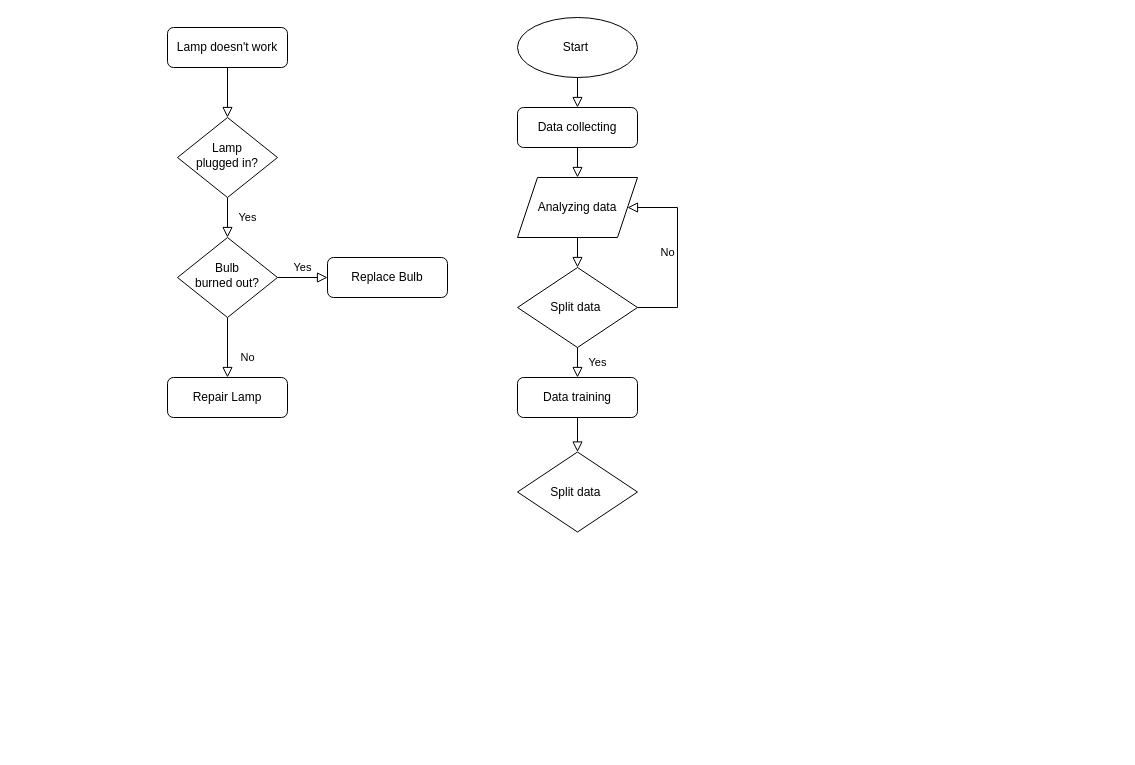
This is Untitled Diagram.drawio from ChengXW000/ChengXW000, a draw.io file, before an edit. Source tidied: cells renumbered, new cells numbered last; positions are measured from the earlier drawing's top-left corner, leaving out a move shared by most shapes. Both pictures are drawn from the tidied source at 100%, with x=0, y=0 at pixel (167, 17).
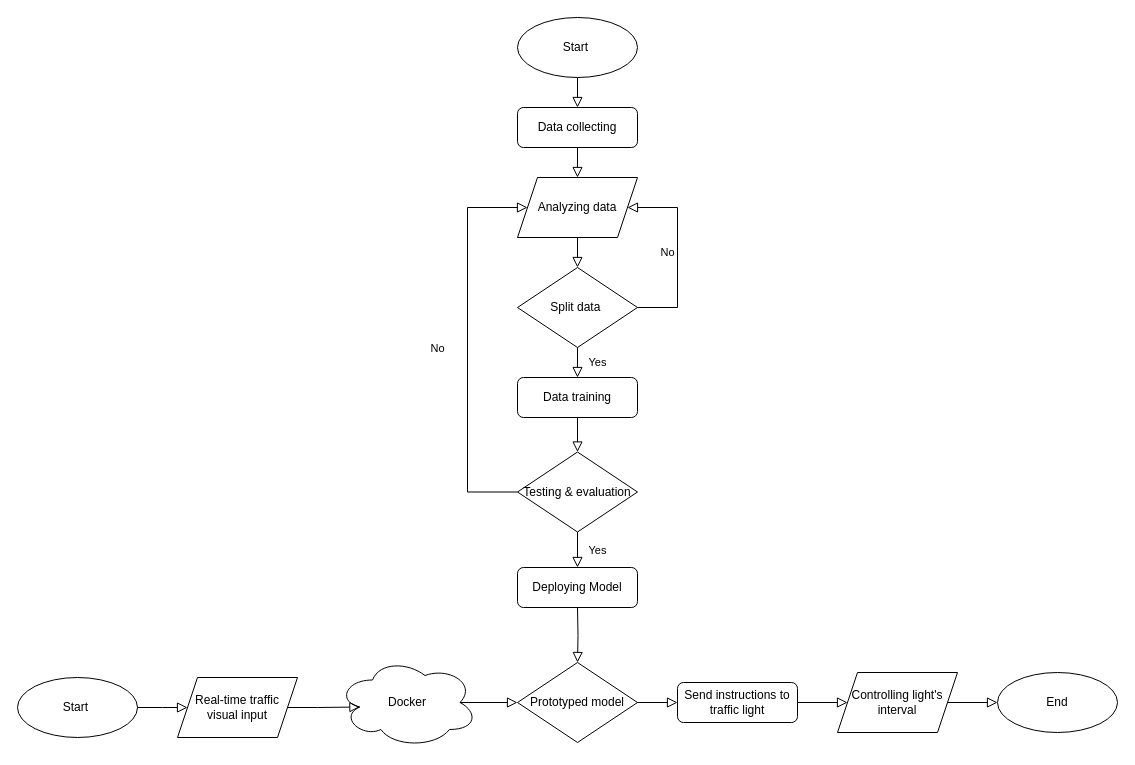
Above is the later version.

Unchanged cells that the change refers to:
```xml
<mxCell id="15" value="Analyzing data" style="shape=parallelogram;perimeter=parallelogramPerimeter;whiteSpace=wrap;html=1;fixedSize=1;" parent="1" vertex="1">
  <mxGeometry x="350" y="160" width="120" height="60" as="geometry" />
</mxCell>
```

Change to the diagram source:
```diff
@@
-    <mxCell id="2" style="rounded=0;html=1;jettySize=auto;fontSize=11;endArrow=block;endFill=0;endSize=8;strokeWidth=1;shadow=0;labelBackgroundColor=none;edgeStyle=orthogonalEdgeStyle;" parent="1" edge="1" source="3" target="6">
-      <mxGeometry relative="1" as="geometry" />
-    </mxCell>
-    <mxCell id="3" value="Lamp doesn't work" style="rounded=1;whiteSpace=wrap;html=1;fontSize=12;glass=0;strokeWidth=1;shadow=0;" parent="1" vertex="1">
-      <mxGeometry y="10" width="120" height="40" as="geometry" />
-    </mxCell>
-    <mxCell id="4" value="Yes" style="rounded=0;html=1;jettySize=auto;fontSize=11;endArrow=block;endFill=0;endSize=8;strokeWidth=1;shadow=0;labelBackgroundColor=none;edgeStyle=orthogonalEdgeStyle;" parent="1" edge="1" source="6" target="10">
-      <mxGeometry y="20" relative="1" as="geometry" />
-    </mxCell>
@@
-    <mxCell id="6" value="Lamp&lt;br&gt;plugged in?" style="rhombus;whiteSpace=wrap;html=1;shadow=0;fontFamily=Helvetica;fontSize=12;align=center;strokeWidth=1;spacing=6;spacingTop=-4;" parent="1" vertex="1">
-      <mxGeometry x="10" y="100" width="100" height="80" as="geometry" />
-    </mxCell>
@@
-    <mxCell id="8" value="No" style="rounded=0;html=1;jettySize=auto;fontSize=11;endArrow=block;endFill=0;endSize=8;strokeWidth=1;shadow=0;labelBackgroundColor=none;edgeStyle=orthogonalEdgeStyle;" parent="1" edge="1" source="10" target="11">
-      <mxGeometry x="0.33" y="20" relative="1" as="geometry" />
-    </mxCell>
-    <mxCell id="9" value="Yes" style="edgeStyle=orthogonalEdgeStyle;rounded=0;html=1;jettySize=auto;fontSize=11;endArrow=block;endFill=0;endSize=8;strokeWidth=1;shadow=0;labelBackgroundColor=none;" parent="1" edge="1" source="10" target="12">
-      <mxGeometry y="10" relative="1" as="geometry" />
-    </mxCell>
-    <mxCell id="10" value="Bulb&lt;br&gt;burned out?" style="rhombus;whiteSpace=wrap;html=1;shadow=0;fontFamily=Helvetica;fontSize=12;align=center;strokeWidth=1;spacing=6;spacingTop=-4;" parent="1" vertex="1">
-      <mxGeometry x="10" y="220" width="100" height="80" as="geometry" />
-    </mxCell>
-    <mxCell id="11" value="Repair Lamp" style="rounded=1;whiteSpace=wrap;html=1;fontSize=12;glass=0;strokeWidth=1;shadow=0;" parent="1" vertex="1">
-      <mxGeometry y="360" width="120" height="40" as="geometry" />
-    </mxCell>
-    <mxCell id="12" value="Replace Bulb" style="rounded=1;whiteSpace=wrap;html=1;fontSize=12;glass=0;strokeWidth=1;shadow=0;" parent="1" vertex="1">
-      <mxGeometry x="160" y="240" width="120" height="40" as="geometry" />
-    </mxCell>
@@
-    <mxCell id="21" value="Split data&amp;nbsp;" style="rhombus;whiteSpace=wrap;html=1;" parent="1" vertex="1">
+    <mxCell id="21" value="Testing &amp;amp; evaluation" style="rhombus;whiteSpace=wrap;html=1;" parent="1" vertex="1">
       <mxGeometry x="350" y="434.5" width="120" height="80" as="geometry" />
     </mxCell>
@@
+    <mxCell id="8" value="No" style="rounded=0;html=1;jettySize=auto;fontSize=11;endArrow=block;endFill=0;endSize=8;strokeWidth=1;shadow=0;labelBackgroundColor=none;edgeStyle=orthogonalEdgeStyle;exitX=0;exitY=0.5;exitDx=0;exitDy=0;entryX=0;entryY=0.5;entryDx=0;entryDy=0;" parent="1" edge="1" source="21" target="15">
+      <mxGeometry x="-0.01" y="30" relative="1" as="geometry">
+        <Array as="points">
+          <mxPoint x="300" y="475" />
+          <mxPoint x="300" y="190" />
+        </Array>
+        <mxPoint y="1" as="offset" />
+      </mxGeometry>
+    </mxCell>
+    <mxCell id="23" value="Yes" style="rounded=0;html=1;jettySize=auto;fontSize=11;endArrow=block;endFill=0;endSize=8;strokeWidth=1;shadow=0;labelBackgroundColor=none;edgeStyle=orthogonalEdgeStyle;exitX=0.5;exitY=1;exitDx=0;exitDy=0;entryX=0.5;entryY=0;entryDx=0;entryDy=0;" parent="1" edge="1" source="21" target="24">
+      <mxGeometry y="20" relative="1" as="geometry" />
+    </mxCell>
+    <mxCell id="24" value="Deploying Model" style="rounded=1;whiteSpace=wrap;html=1;fontSize=12;glass=0;strokeWidth=1;shadow=0;" parent="1" vertex="1">
+      <mxGeometry x="350" y="550" width="120" height="40" as="geometry" />
+    </mxCell>
+    <mxCell id="25" value="Start&amp;nbsp;" style="ellipse;whiteSpace=wrap;html=1;" parent="1" vertex="1">
+      <mxGeometry x="-150" y="660" width="120" height="60" as="geometry" />
+    </mxCell>
+    <mxCell id="26" value="Docker" style="ellipse;shape=cloud;whiteSpace=wrap;html=1;" parent="1" vertex="1">
+      <mxGeometry x="170" y="640" width="140" height="90" as="geometry" />
+    </mxCell>
+    <mxCell id="27" value="Real-time traffic &lt;br&gt;visual input" style="shape=parallelogram;perimeter=parallelogramPerimeter;whiteSpace=wrap;html=1;fixedSize=1;" parent="1" vertex="1">
+      <mxGeometry x="10" y="660" width="120" height="60" as="geometry" />
+    </mxCell>
+    <mxCell id="28" value="Prototyped model" style="rhombus;whiteSpace=wrap;html=1;" parent="1" vertex="1">
+      <mxGeometry x="350" y="645" width="120" height="80" as="geometry" />
+    </mxCell>
+    <mxCell id="29" style="rounded=0;html=1;jettySize=auto;fontSize=11;endArrow=block;endFill=0;endSize=8;strokeWidth=1;shadow=0;labelBackgroundColor=none;edgeStyle=orthogonalEdgeStyle;entryX=0.5;entryY=0;entryDx=0;entryDy=0;" parent="1" edge="1" target="28">
+      <mxGeometry relative="1" as="geometry">
+        <mxPoint x="410" y="590" as="sourcePoint" />
+      </mxGeometry>
+    </mxCell>
+    <mxCell id="30" value="Send instructions to&lt;br&gt;traffic light" style="rounded=1;whiteSpace=wrap;html=1;fontSize=12;glass=0;strokeWidth=1;shadow=0;" parent="1" vertex="1">
+      <mxGeometry x="510" y="665" width="120" height="40" as="geometry" />
+    </mxCell>
+    <mxCell id="31" value="Controlling light's interval" style="shape=parallelogram;perimeter=parallelogramPerimeter;whiteSpace=wrap;html=1;fixedSize=1;" parent="1" vertex="1">
+      <mxGeometry x="670" y="655" width="120" height="60" as="geometry" />
+    </mxCell>
+    <mxCell id="32" value="End" style="ellipse;whiteSpace=wrap;html=1;" parent="1" vertex="1">
+      <mxGeometry x="830" y="655" width="120" height="60" as="geometry" />
+    </mxCell>
+    <mxCell id="33" style="rounded=0;html=1;jettySize=auto;fontSize=11;endArrow=block;endFill=0;endSize=8;strokeWidth=1;shadow=0;labelBackgroundColor=none;edgeStyle=orthogonalEdgeStyle;exitX=1;exitY=0.5;exitDx=0;exitDy=0;" parent="1" edge="1" source="25">
+      <mxGeometry relative="1" as="geometry">
+        <mxPoint x="20" y="690" as="targetPoint" />
+      </mxGeometry>
+    </mxCell>
+    <mxCell id="34" style="rounded=0;html=1;jettySize=auto;fontSize=11;endArrow=block;endFill=0;endSize=8;strokeWidth=1;shadow=0;labelBackgroundColor=none;edgeStyle=orthogonalEdgeStyle;exitX=1;exitY=0.5;exitDx=0;exitDy=0;entryX=0.16;entryY=0.55;entryDx=0;entryDy=0;entryPerimeter=0;" parent="1" edge="1" source="27" target="26">
+      <mxGeometry relative="1" as="geometry" />
+    </mxCell>
+    <mxCell id="35" style="rounded=0;html=1;jettySize=auto;fontSize=11;endArrow=block;endFill=0;endSize=8;strokeWidth=1;shadow=0;labelBackgroundColor=none;edgeStyle=orthogonalEdgeStyle;exitX=0.875;exitY=0.5;exitDx=0;exitDy=0;entryX=0;entryY=0.5;entryDx=0;entryDy=0;exitPerimeter=0;" parent="1" edge="1" source="26" target="28">
+      <mxGeometry relative="1" as="geometry" />
+    </mxCell>
+    <mxCell id="36" style="rounded=0;html=1;jettySize=auto;fontSize=11;endArrow=block;endFill=0;endSize=8;strokeWidth=1;shadow=0;labelBackgroundColor=none;edgeStyle=orthogonalEdgeStyle;exitX=1;exitY=0.5;exitDx=0;exitDy=0;entryX=0;entryY=0.5;entryDx=0;entryDy=0;" parent="1" edge="1" source="28" target="30">
+      <mxGeometry relative="1" as="geometry" />
+    </mxCell>
+    <mxCell id="37" style="rounded=0;html=1;jettySize=auto;fontSize=11;endArrow=block;endFill=0;endSize=8;strokeWidth=1;shadow=0;labelBackgroundColor=none;edgeStyle=orthogonalEdgeStyle;exitX=1;exitY=0.5;exitDx=0;exitDy=0;entryX=0;entryY=0.5;entryDx=0;entryDy=0;" parent="1" edge="1" source="30" target="31">
+      <mxGeometry relative="1" as="geometry" />
+    </mxCell>
+    <mxCell id="38" style="rounded=0;html=1;jettySize=auto;fontSize=11;endArrow=block;endFill=0;endSize=8;strokeWidth=1;shadow=0;labelBackgroundColor=none;edgeStyle=orthogonalEdgeStyle;exitX=1;exitY=0.5;exitDx=0;exitDy=0;entryX=0;entryY=0.5;entryDx=0;entryDy=0;" parent="1" edge="1" source="31" target="32">
+      <mxGeometry relative="1" as="geometry" />
+    </mxCell>
```
